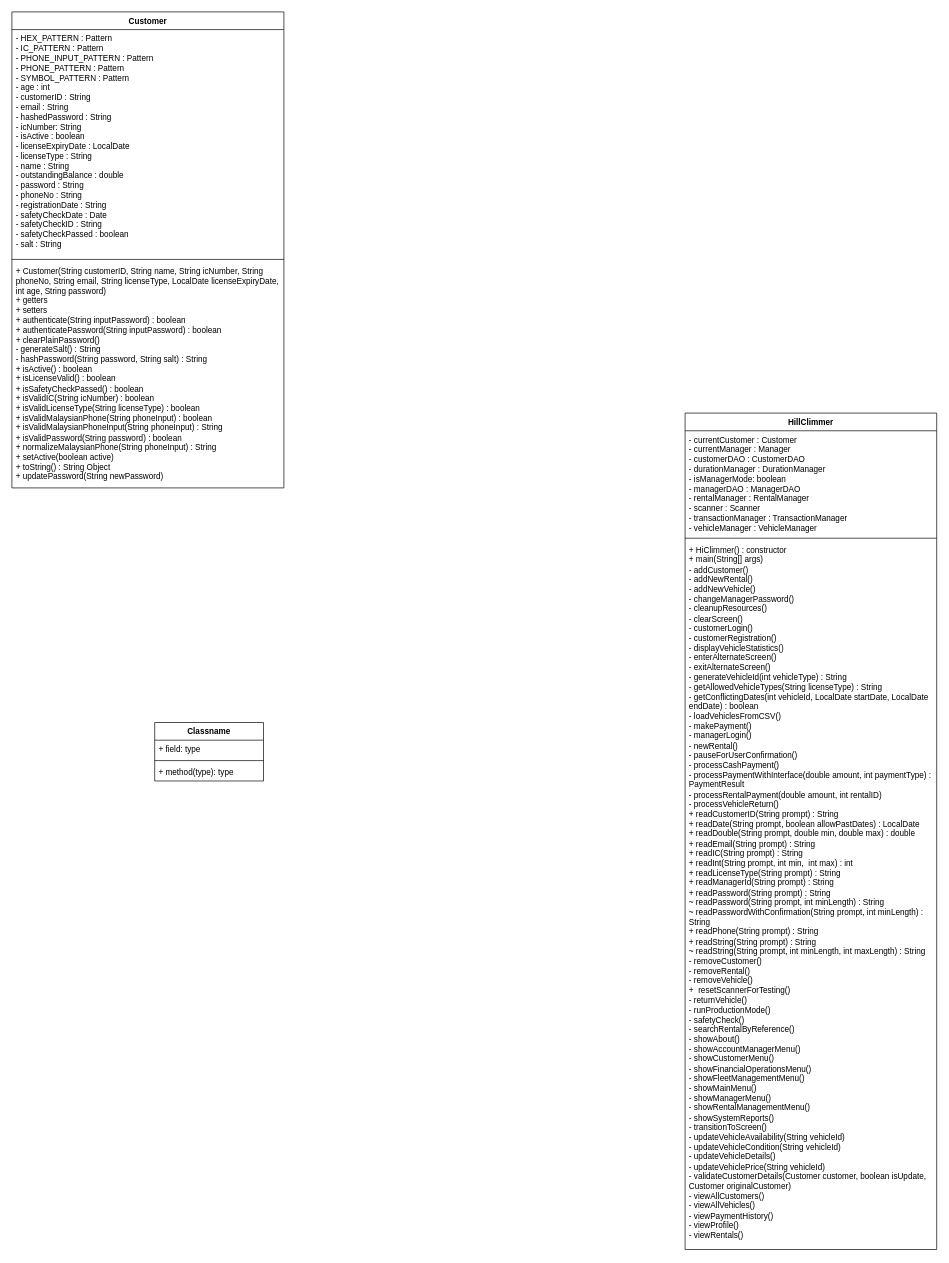
Above: HillClimmer Updated UML diagram.drawio in Dellrall/BMCS2023-OOP-group-assignment (draw.io), before the change. Source tidied: cells renumbered, new cells numbered last; positions are measured from the earlier drawing's top-left corner, leaving out a move shared by most shapes. Both pictures are drawn from the tidied source at 68%, with x=0, y=0 at pixel (12, 12).
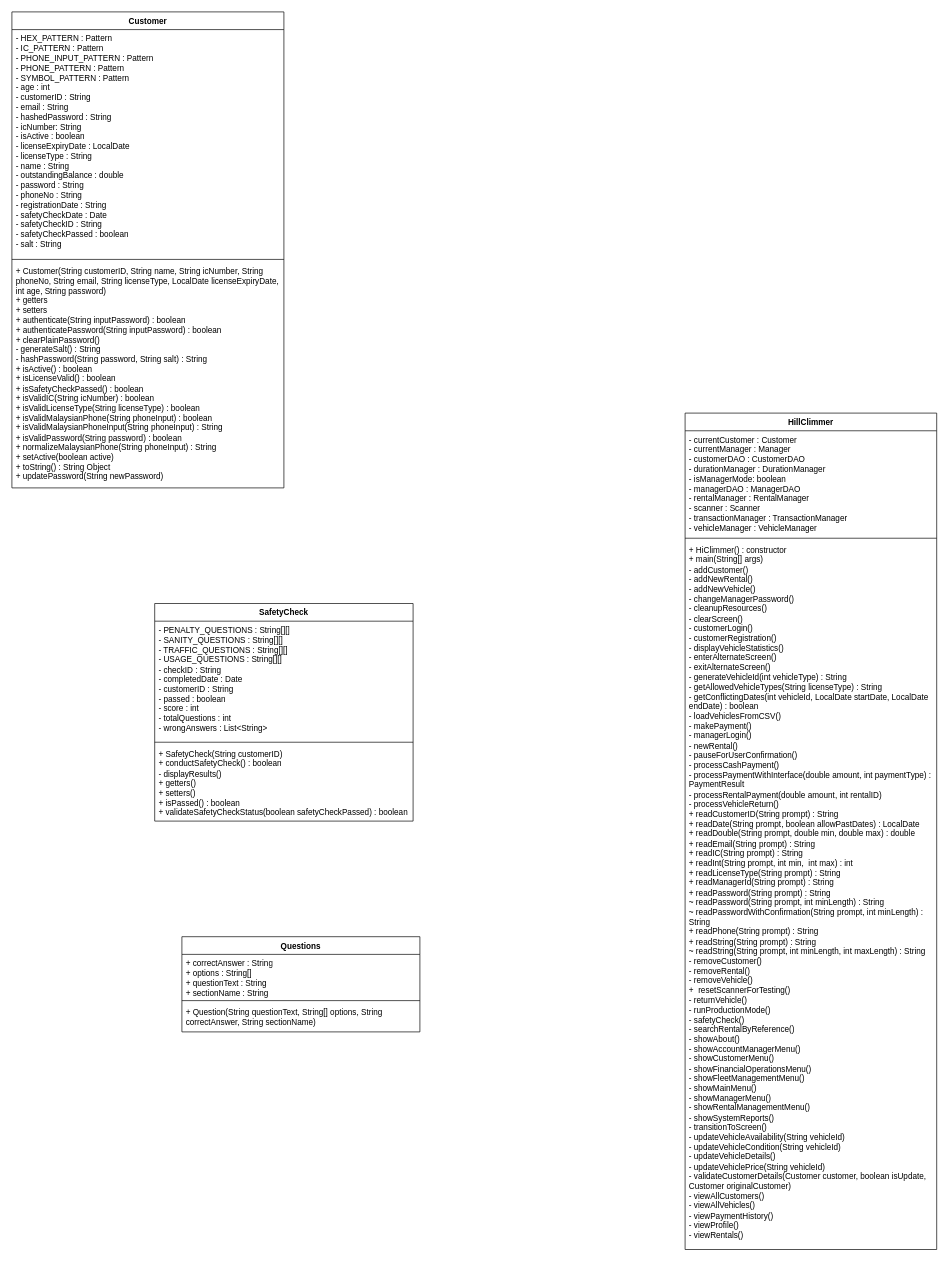
Above is the later version.

Commit message:
Customer Module and HillClimmer class done

Diff of the diagram source:
```diff
@@
 <mxGraphModel>
   <root>
     <mxCell id="0" />
     <mxCell id="1" parent="0" />
     <mxCell id="2" value="HillClimmer" style="swimlane;fontStyle=1;align=center;verticalAlign=top;horizontal=1;startSize=26;whiteSpace=wrap;html=1;" parent="1" vertex="1">
       <mxGeometry x="990" y="590" width="370" height="1230" as="geometry" />
     </mxCell>
     <mxCell id="3" value="- currentCustomer : Customer&lt;br&gt;- currentManager : Manager&lt;br&gt;- customerDAO : CustomerDAO&lt;div&gt;- durationManager : DurationManager&lt;br&gt;- isManagerMode: boolean&lt;br&gt;- managerDAO : ManagerDAO&lt;br&gt;- rentalManager : RentalManager&lt;br&gt;- scanner : Scanner&lt;br&gt;- transactionManager : TransactionManager&lt;br&gt;- vehicleManager : VehicleManager&lt;br&gt;&lt;br&gt;&lt;div&gt;&lt;br&gt;&lt;/div&gt;&lt;/div&gt;" style="text;strokeColor=none;fillColor=none;align=left;verticalAlign=top;spacingLeft=4;spacingRight=4;overflow=hidden;whiteSpace=wrap;html=1;" parent="2" vertex="1">
       <mxGeometry y="26" width="370" height="154" as="geometry" />
     </mxCell>
     <mxCell id="4" style="line;strokeWidth=1;fillColor=none;align=left;verticalAlign=middle;spacingTop=-1;spacingLeft=3;spacingRight=3;labelPosition=right;strokeColor=inherit;" parent="2" vertex="1">
       <mxGeometry y="180" width="370" height="8" as="geometry" />
     </mxCell>
     <mxCell id="5" value="+ HiClimmer() : constructor&lt;br&gt;+ main(String[] args)&lt;br&gt;- addCustomer()&lt;br&gt;- addNewRental()&lt;br&gt;- addNewVehicle()&lt;br&gt;- changeManagerPassword()&lt;br&gt;- cleanupResources()&lt;br&gt;- clearScreen()&lt;br&gt;- customerLogin()&lt;br&gt;- customerRegistration()&lt;br&gt;- displayVehicleStatistics()&lt;br&gt;- enterAlternateScreen()&lt;br&gt;- exitAlternateScreen()&lt;br&gt;- generateVehicleId(int vehicleType) : String&lt;br&gt;- getAllowedVehicleTypes(String licenseType) : String&lt;br&gt;- getConflictingDates(int vehicleId, LocalDate startDate, LocalDate endDate) : boolean&lt;br&gt;- loadVehiclesFromCSV()&lt;br&gt;- makePayment()&lt;br&gt;- managerLogin()&lt;br&gt;- newRental()&lt;br&gt;- pauseForUserConfirmation()&lt;br&gt;- processCashPayment()&lt;br&gt;- processPaymentWithInterface(double amount, int paymentType) : PaymentResult&lt;br&gt;- processRentalPayment(double amount, int rentalID)&lt;br&gt;- processVehicleReturn()&lt;br&gt;+ readCustomerID(String prompt) : String&lt;br&gt;+ readDate(String prompt, boolean allowPastDates) : LocalDate&lt;br&gt;+ readDouble(String prompt, double min, double max) : double&lt;br&gt;+ readEmail(String prompt) : String&lt;br&gt;+ readIC(String prompt) : String&lt;br&gt;+ readInt(String prompt, int min,&amp;nbsp; int max) : int&lt;br&gt;+ readLicenseType(String prompt) : String&lt;br&gt;+ readManagerId(String prompt) : String&lt;br&gt;+ readPassword(String prompt) : String&lt;br&gt;~ readPassword(String prompt, int minLength) : String&lt;br&gt;~ readPasswordWithConfirmation(String prompt, int minLength) : String&lt;br&gt;+ readPhone(String prompt) : String&lt;br&gt;+ readString(String prompt) : String&lt;br&gt;~ readString(String prompt, int minLength, int maxLength) : String&lt;br&gt;- removeCustomer()&lt;br&gt;- removeRental()&lt;br&gt;- removeVehicle()&lt;br&gt;+&amp;nbsp; resetScannerForTesting()&lt;br&gt;- returnVehicle()&lt;br&gt;- runProductionMode()&lt;br&gt;- safetyCheck()&lt;br&gt;- searchRentalByReference()&lt;br&gt;- showAbout()&lt;br&gt;- showAccountManagerMenu()&lt;br&gt;- showCustomerMenu()&lt;br&gt;- showFinancialOperationsMenu()&lt;br&gt;- showFleetManagementMenu()&lt;br&gt;- showMainMenu()&lt;br&gt;- showManagerMenu()&lt;br&gt;- showRentalManagementMenu()&lt;br&gt;- showSystemReports()&lt;br&gt;- transitionToScreen()&lt;br&gt;- updateVehicleAvailability(String vehicleId)&lt;br&gt;- updateVehicleCondition(String vehicleId)&lt;br&gt;- updateVehicleDetails()&lt;br&gt;- updateVehiclePrice(String vehicleId)&lt;br&gt;- validateCustomerDetails(Customer customer, boolean isUpdate, Customer originalCustomer)&lt;br&gt;- viewAllCustomers()&lt;br&gt;- viewAllVehicles()&lt;br&gt;- viewPaymentHistory()&lt;br&gt;- viewProfile()&lt;br&gt;- viewRentals()" style="text;strokeColor=none;fillColor=none;align=left;verticalAlign=top;spacingLeft=4;spacingRight=4;overflow=hidden;whiteSpace=wrap;html=1;" parent="2" vertex="1">
       <mxGeometry y="188" width="370" height="1042" as="geometry" />
     </mxCell>
     <mxCell id="6" value="Customer" style="swimlane;fontStyle=1;align=center;verticalAlign=top;horizontal=1;startSize=26;whiteSpace=wrap;html=1;" parent="1" vertex="1">
       <mxGeometry width="400" height="700" as="geometry" />
     </mxCell>
     <mxCell id="7" value="- HEX_PATTERN : Pattern&lt;br&gt;- IC_PATTERN : Pattern&lt;br&gt;- PHONE_INPUT_PATTERN : Pattern&lt;br&gt;- PHONE_PATTERN : Pattern&lt;br&gt;- SYMBOL_PATTERN : Pattern&lt;br&gt;- age : int&lt;br&gt;- customerID : String&lt;br&gt;- email : String&lt;br&gt;- hashedPassword : String&lt;br&gt;- icNumber: String&lt;br&gt;- isActive : boolean&lt;br&gt;- licenseExpiryDate : LocalDate&lt;br&gt;- licenseType : String&lt;br&gt;- name : String&lt;br&gt;- outstandingBalance : double&lt;br&gt;- password : String&lt;br&gt;- phoneNo : String&lt;br&gt;- registrationDate : String&lt;br&gt;- safetyCheckDate : Date&lt;br&gt;- safetyCheckID : String&lt;br&gt;- safetyCheckPassed : boolean&lt;br&gt;- salt : String" style="text;strokeColor=none;fillColor=none;align=left;verticalAlign=top;spacingLeft=4;spacingRight=4;overflow=hidden;whiteSpace=wrap;html=1;" parent="6" vertex="1">
       <mxGeometry y="26" width="400" height="334" as="geometry" />
     </mxCell>
     <mxCell id="8" style="line;strokeWidth=1;fillColor=none;align=left;verticalAlign=middle;spacingTop=-1;spacingLeft=3;spacingRight=3;labelPosition=right;strokeColor=inherit;" parent="6" vertex="1">
       <mxGeometry y="360" width="400" height="8" as="geometry" />
     </mxCell>
     <mxCell id="9" value="+ Customer(String customerID, String name, String icNumber, String phoneNo, String email, String licenseType, LocalDate licenseExpiryDate, int age, String password)&lt;br&gt;+ getters&lt;br&gt;+ setters&lt;br&gt;+ authenticate(String inputPassword) : boolean&lt;br&gt;+ authenticatePassword(String inputPassword) : boolean&lt;br&gt;+ clearPlainPassword()&lt;br&gt;- generateSalt() : String&lt;br&gt;- hashPassword(String password, String salt) : String&lt;br&gt;+ isActive() : boolean&lt;br&gt;+ isLicenseValid() : boolean&lt;br&gt;+ isSafetyCheckPassed() : boolean&lt;br&gt;+ isValidIC(String icNumber) : boolean&lt;div&gt;+ isValidLicenseType(String licenseType) : boolean&lt;br&gt;+ isValidMalaysianPhone(String phoneInput) : boolean&lt;br&gt;+ isValidMalaysianPhoneInput(String phoneInput) : String&lt;br&gt;+ isValidPassword(String password) : boolean&lt;br&gt;+ normalizeMalaysianPhone(String phoneInput) : String&lt;br&gt;+ setActive(boolean active)&lt;br&gt;+ toString() : String Object&lt;br&gt;+ updatePassword(String newPassword)&lt;br&gt;&lt;br&gt;&lt;br&gt;&lt;/div&gt;" style="text;strokeColor=none;fillColor=none;align=left;verticalAlign=top;spacingLeft=4;spacingRight=4;overflow=hidden;whiteSpace=wrap;html=1;" parent="6" vertex="1">
       <mxGeometry y="368" width="400" height="332" as="geometry" />
     </mxCell>
-    <mxCell id="10" value="Classname" style="swimlane;fontStyle=1;align=center;verticalAlign=top;horizontal=1;startSize=26;whiteSpace=wrap;html=1;" parent="1" vertex="1">
-      <mxGeometry x="210" y="1045" width="160" height="86" as="geometry" />
+    <mxCell id="10" value="SafetyCheck" style="swimlane;fontStyle=1;align=center;verticalAlign=top;horizontal=1;startSize=26;whiteSpace=wrap;html=1;" parent="1" vertex="1">
+      <mxGeometry x="210" y="870" width="380" height="320" as="geometry" />
     </mxCell>
-    <mxCell id="11" value="+ field: type" style="text;strokeColor=none;fillColor=none;align=left;verticalAlign=top;spacingLeft=4;spacingRight=4;overflow=hidden;whiteSpace=wrap;html=1;" parent="10" vertex="1">
-      <mxGeometry y="26" width="160" height="26" as="geometry" />
+    <mxCell id="11" value="- PENALTY_QUESTIONS : String[][]&lt;br&gt;- SANITY_QUESTIONS : String[][]&lt;br&gt;- TRAFFIC_QUESTIONS : String[][]&lt;br&gt;- USAGE_QUESTIONS : String[][]&lt;br&gt;- checkID : String&lt;br&gt;- completedDate : Date&lt;br&gt;- customerID : String&lt;br&gt;- passed : boolean&lt;br&gt;- score : int&lt;br&gt;- totalQuestions : int&lt;br&gt;- wrongAnswers : List&amp;lt;String&amp;gt;&lt;div&gt;&lt;br/&gt;&lt;/div&gt;" style="text;strokeColor=none;fillColor=none;align=left;verticalAlign=top;spacingLeft=4;spacingRight=4;overflow=hidden;whiteSpace=wrap;html=1;" parent="10" vertex="1">
+      <mxGeometry y="26" width="380" height="174" as="geometry" />
     </mxCell>
     <mxCell id="12" style="line;strokeWidth=1;fillColor=none;align=left;verticalAlign=middle;spacingTop=-1;spacingLeft=3;spacingRight=3;labelPosition=right;strokeColor=inherit;" parent="10" vertex="1">
-      <mxGeometry y="52" width="160" height="8" as="geometry" />
+      <mxGeometry y="200" width="380" height="8" as="geometry" />
     </mxCell>
-    <mxCell id="13" value="+ method(type): type" style="text;strokeColor=none;fillColor=none;align=left;verticalAlign=top;spacingLeft=4;spacingRight=4;overflow=hidden;whiteSpace=wrap;html=1;" parent="10" vertex="1">
-      <mxGeometry y="60" width="160" height="26" as="geometry" />
+    <mxCell id="13" value="+ SafetyCheck(String customerID)&lt;br&gt;+ conductSafetyCheck() : boolean&lt;br&gt;- displayResults()&lt;br&gt;+ getters()&lt;br&gt;+ setters()&lt;br&gt;+ isPassed() : boolean&lt;br&gt;+ validateSafetyCheckStatus(boolean safetyCheckPassed) : boolean&lt;br&gt;&lt;br&gt;&lt;div&gt;&lt;br&gt;&lt;/div&gt;" style="text;strokeColor=none;fillColor=none;align=left;verticalAlign=top;spacingLeft=4;spacingRight=4;overflow=hidden;whiteSpace=wrap;html=1;" parent="10" vertex="1">
+      <mxGeometry y="208" width="380" height="112" as="geometry" />
     </mxCell>
+    <mxCell id="14" value="Questions" style="swimlane;fontStyle=1;align=center;verticalAlign=top;horizontal=1;startSize=26;whiteSpace=wrap;html=1;" parent="1" vertex="1">
+      <mxGeometry x="250" y="1360" width="350" height="140" as="geometry" />
+    </mxCell>
+    <mxCell id="15" value="+ correctAnswer : String&lt;br&gt;+ options : String[]&lt;br&gt;+ questionText : String&lt;br&gt;+ sectionName : String&lt;br&gt;&lt;div&gt;&lt;br&gt;&lt;/div&gt;" style="text;strokeColor=none;fillColor=none;align=left;verticalAlign=top;spacingLeft=4;spacingRight=4;overflow=hidden;whiteSpace=wrap;html=1;" parent="14" vertex="1">
+      <mxGeometry y="26" width="350" height="64" as="geometry" />
+    </mxCell>
+    <mxCell id="16" style="line;strokeWidth=1;fillColor=none;align=left;verticalAlign=middle;spacingTop=-1;spacingLeft=3;spacingRight=3;labelPosition=right;strokeColor=inherit;" parent="14" vertex="1">
+      <mxGeometry y="90" width="350" height="8" as="geometry" />
+    </mxCell>
+    <mxCell id="17" value="+ Question(String questionText, String[] options, String correctAnswer, String sectionName)" style="text;strokeColor=none;fillColor=none;align=left;verticalAlign=top;spacingLeft=4;spacingRight=4;overflow=hidden;whiteSpace=wrap;html=1;" parent="14" vertex="1">
+      <mxGeometry y="98" width="350" height="42" as="geometry" />
+    </mxCell>
   </root>
 </mxGraphModel>
```
